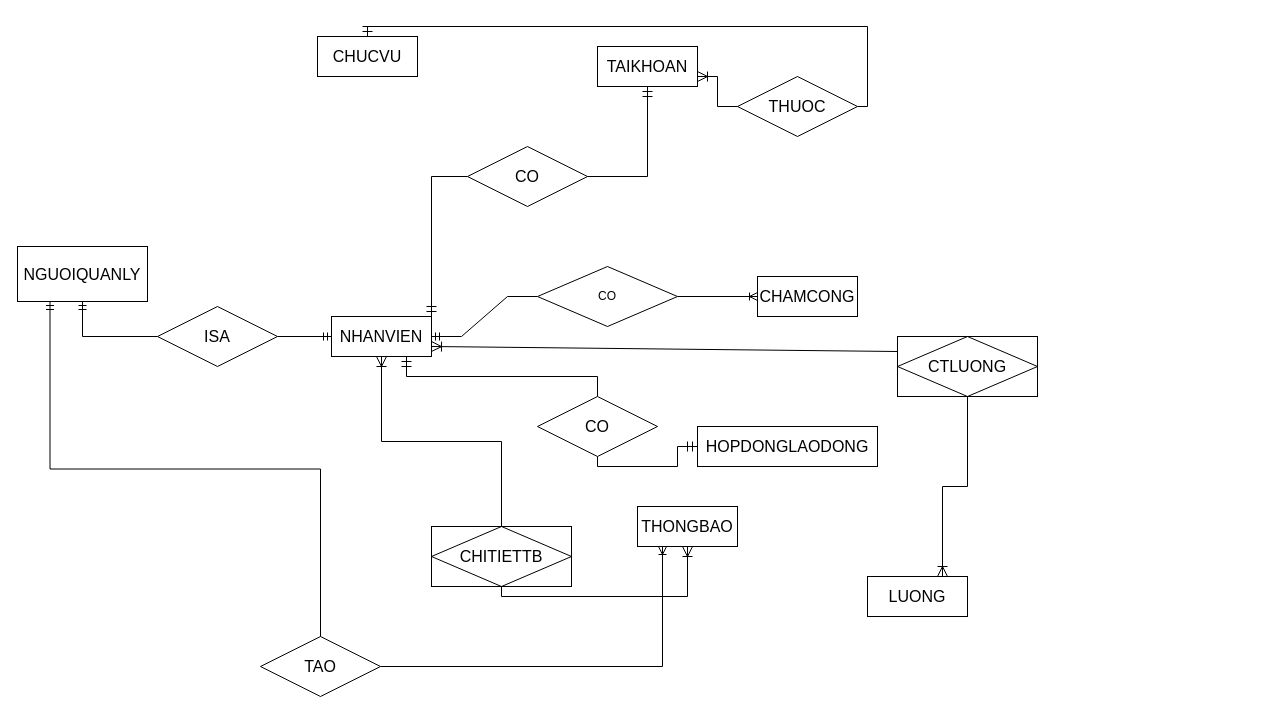
This is page "Trang-3" (3 of 4) of Biểu đồ không có tiêu đề.drawio from VanTruongPTITHCM2002/DoAnJava, a draw.io file, before an edit. Source tidied: cells renumbered, new cells numbered last; positions are measured from the earlier drawing's top-left corner, leaving out a move shared by most shapes. Both pictures are drawn from the tidied source at 100%, with x=0, y=0 at pixel (17, 26).
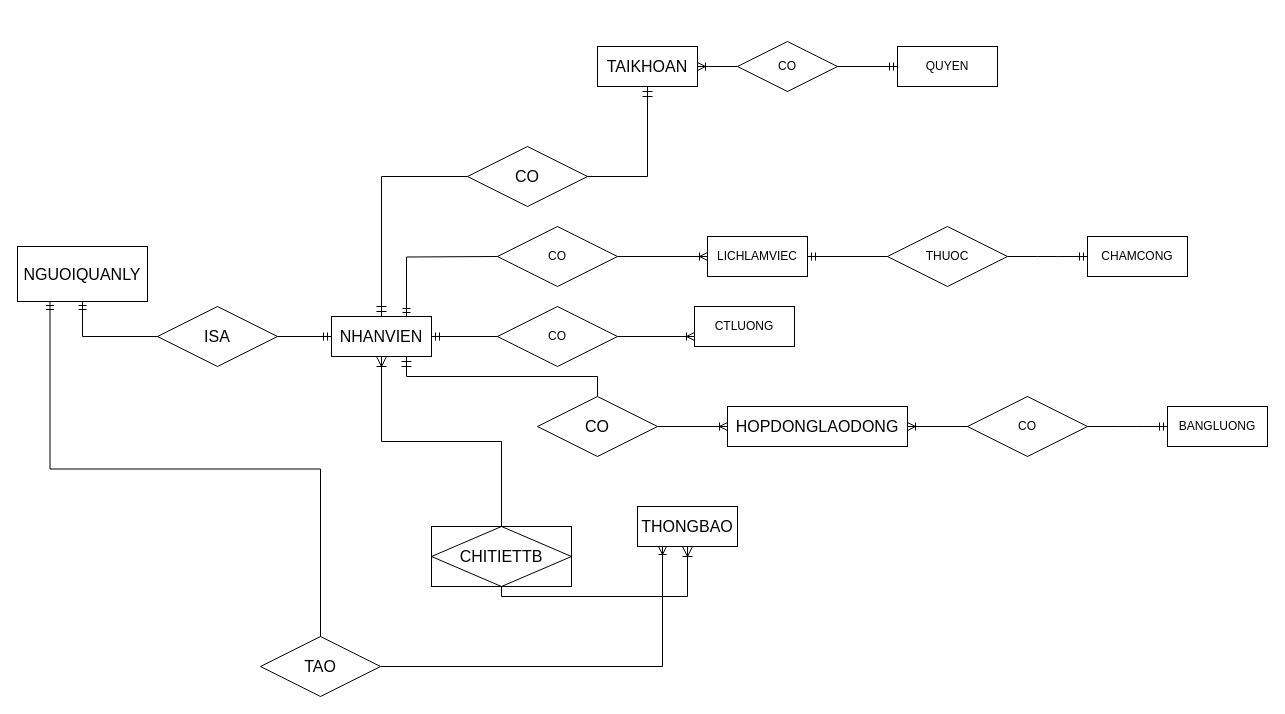
The same page after the edit.

Commit message:
Cập nhật Biểu đồ không có tiêu đề.drawio

Unchanged cells that the change refers to:
```xml
<mxCell id="2" value="NHANVIEN" style="whiteSpace=wrap;html=1;align=center;fontSize=16;" parent="1" vertex="1">
  <mxGeometry x="314" y="290" width="100" height="40" as="geometry" />
</mxCell>
<mxCell id="3" value="TAIKHOAN" style="whiteSpace=wrap;html=1;align=center;fontSize=16;" parent="1" vertex="1">
  <mxGeometry x="580" y="20" width="100" height="40" as="geometry" />
</mxCell>
<mxCell id="9" value="CO" style="shape=rhombus;perimeter=rhombusPerimeter;whiteSpace=wrap;html=1;align=center;fontSize=16;" parent="1" vertex="1">
  <mxGeometry x="450" y="120" width="120" height="60" as="geometry" />
</mxCell>
<mxCell id="23" value="CO" style="shape=rhombus;perimeter=rhombusPerimeter;whiteSpace=wrap;html=1;align=center;fontSize=16;" parent="1" vertex="1">
  <mxGeometry x="520" y="370" width="120" height="60" as="geometry" />
</mxCell>
```

Change to the diagram source:
```diff
@@
     <mxCell id="4" value="HOPDONGLAODONG" style="whiteSpace=wrap;html=1;align=center;fontSize=16;" parent="1" vertex="1">
-      <mxGeometry x="680" y="400" width="180" height="40" as="geometry" />
+      <mxGeometry x="710" y="380" width="180" height="40" as="geometry" />
     </mxCell>
@@
-    <mxCell id="6" value="LUONG" style="whiteSpace=wrap;html=1;align=center;fontSize=16;" parent="1" vertex="1">
-      <mxGeometry x="850" y="550" width="100" height="40" as="geometry" />
-    </mxCell>
-    <mxCell id="7" value="CHUCVU" style="whiteSpace=wrap;html=1;align=center;fontSize=16;" parent="1" vertex="1">
-      <mxGeometry x="300" y="10" width="100" height="40" as="geometry" />
-    </mxCell>
-    <mxCell id="8" value="CHAMCONG" style="whiteSpace=wrap;html=1;align=center;fontSize=16;" parent="1" vertex="1">
-      <mxGeometry x="740" y="250" width="100" height="40" as="geometry" />
-    </mxCell>
@@
-    <mxCell id="10" style="fontSize=12;html=1;endArrow=ERmandOne;rounded=0;startSize=8;endSize=8;exitX=0;exitY=0.5;exitDx=0;exitDy=0;entryX=1;entryY=0;entryDx=0;entryDy=0;edgeStyle=orthogonalEdgeStyle;" parent="1" edge="1" source="9" target="2">
+    <mxCell id="10" style="fontSize=12;html=1;endArrow=ERmandOne;rounded=0;startSize=8;endSize=8;exitX=0;exitY=0.5;exitDx=0;exitDy=0;entryX=0.5;entryY=0;entryDx=0;entryDy=0;edgeStyle=orthogonalEdgeStyle;" parent="1" edge="1" source="9" target="2">
       <mxGeometry relative="1" as="geometry" />
     </mxCell>
@@
-    <mxCell id="14" style="fontSize=12;html=1;endArrow=ERmandOne;rounded=0;startSize=8;endSize=8;exitX=0.5;exitY=1;exitDx=0;exitDy=0;edgeStyle=orthogonalEdgeStyle;" parent="1" edge="1" source="23" target="4">
-      <mxGeometry relative="1" as="geometry" />
-    </mxCell>
@@
-    <mxCell id="17" value="THUOC" style="shape=rhombus;perimeter=rhombusPerimeter;whiteSpace=wrap;html=1;align=center;fontSize=16;" parent="1" vertex="1">
-      <mxGeometry x="720" y="50" width="120" height="60" as="geometry" />
-    </mxCell>
-    <mxCell id="18" style="fontSize=12;html=1;endArrow=ERmandOne;rounded=0;startSize=8;endSize=8;exitX=1;exitY=0.5;exitDx=0;exitDy=0;entryX=0.5;entryY=0;entryDx=0;entryDy=0;edgeStyle=orthogonalEdgeStyle;" parent="1" edge="1" source="17" target="7">
-      <mxGeometry relative="1" as="geometry">
-        <Array as="points">
-          <mxPoint x="850" y="80" />
-          <mxPoint x="850" />
-          <mxPoint x="350" />
-        </Array>
-      </mxGeometry>
-    </mxCell>
-    <mxCell id="19" style="fontSize=12;html=1;endArrow=ERoneToMany;rounded=0;startSize=8;endSize=8;exitX=0;exitY=0.5;exitDx=0;exitDy=0;entryX=1;entryY=0.75;entryDx=0;entryDy=0;edgeStyle=orthogonalEdgeStyle;" parent="1" edge="1" source="17" target="3">
-      <mxGeometry relative="1" as="geometry" />
-    </mxCell>
-    <mxCell id="20" value="CTLUONG" style="shape=associativeEntity;whiteSpace=wrap;html=1;align=center;fontSize=16;" parent="1" vertex="1">
-      <mxGeometry x="880" y="310" width="140" height="60" as="geometry" />
-    </mxCell>
-    <mxCell id="21" style="fontSize=12;html=1;endArrow=ERoneToMany;rounded=0;startSize=8;endSize=8;exitX=0.5;exitY=1;exitDx=0;exitDy=0;entryX=0.75;entryY=0;entryDx=0;entryDy=0;edgeStyle=orthogonalEdgeStyle;" parent="1" edge="1" source="20" target="6">
-      <mxGeometry relative="1" as="geometry" />
-    </mxCell>
-    <mxCell id="22" style="fontSize=12;html=1;endArrow=ERoneToMany;rounded=0;startSize=8;endSize=8;exitX=0;exitY=0.25;exitDx=0;exitDy=0;entryX=1;entryY=0.75;entryDx=0;entryDy=0;" parent="1" edge="1" source="20" target="2">
-      <mxGeometry relative="1" as="geometry" />
-    </mxCell>
@@
-    <mxCell id="26" style="fontSize=12;html=1;endArrow=ERoneToMany;rounded=0;exitX=1;exitY=0.5;exitDx=0;exitDy=0;entryX=0;entryY=0.5;entryDx=0;entryDy=0;" parent="1" edge="1" source="27" target="8">
-      <mxGeometry relative="1" as="geometry" />
-    </mxCell>
-    <mxCell id="27" value="CO" style="shape=rhombus;perimeter=rhombusPerimeter;whiteSpace=wrap;html=1;align=center;" parent="1" vertex="1">
-      <mxGeometry x="520" y="240" width="140" height="60" as="geometry" />
-    </mxCell>
-    <mxCell id="28" style="edgeStyle=entityRelationEdgeStyle;fontSize=12;html=1;endArrow=ERmandOne;rounded=0;exitX=0;exitY=0.5;exitDx=0;exitDy=0;entryX=1;entryY=0.5;entryDx=0;entryDy=0;" parent="1" edge="1" source="27" target="2">
-      <mxGeometry relative="1" as="geometry" />
-    </mxCell>
@@
+    <mxCell id="14" style="fontSize=12;html=1;endArrow=ERoneToMany;rounded=0;exitX=1;exitY=0.5;exitDx=0;exitDy=0;entryX=0;entryY=0.5;entryDx=0;entryDy=0;" parent="1" edge="1" source="23" target="4">
+      <mxGeometry relative="1" as="geometry" />
+    </mxCell>
+    <mxCell id="35" value="QUYEN" style="whiteSpace=wrap;html=1;align=center;" parent="1" vertex="1">
+      <mxGeometry x="880" y="20" width="100" height="40" as="geometry" />
+    </mxCell>
+    <mxCell id="36" value="CO" style="shape=rhombus;perimeter=rhombusPerimeter;whiteSpace=wrap;html=1;align=center;" parent="1" vertex="1">
+      <mxGeometry x="720" y="15" width="100" height="50" as="geometry" />
+    </mxCell>
+    <mxCell id="37" style="fontSize=12;html=1;endArrow=ERmandOne;rounded=0;exitX=1;exitY=0.5;exitDx=0;exitDy=0;entryX=0;entryY=0.5;entryDx=0;entryDy=0;" parent="1" edge="1" source="36" target="35">
+      <mxGeometry relative="1" as="geometry" />
+    </mxCell>
+    <mxCell id="38" style="fontSize=12;html=1;endArrow=ERoneToMany;rounded=0;exitX=0;exitY=0.5;exitDx=0;exitDy=0;entryX=1;entryY=0.5;entryDx=0;entryDy=0;" parent="1" edge="1" source="36" target="3">
+      <mxGeometry relative="1" as="geometry" />
+    </mxCell>
+    <mxCell id="20" value="CTLUONG" style="whiteSpace=wrap;html=1;align=center;" parent="1" vertex="1">
+      <mxGeometry x="677" y="280" width="100" height="40" as="geometry" />
+    </mxCell>
+    <mxCell id="39" value="CO" style="shape=rhombus;perimeter=rhombusPerimeter;whiteSpace=wrap;html=1;align=center;" parent="1" vertex="1">
+      <mxGeometry x="480" y="280" width="120" height="60" as="geometry" />
+    </mxCell>
+    <mxCell id="40" style="fontSize=12;html=1;endArrow=ERmandOne;rounded=0;exitX=0;exitY=0.5;exitDx=0;exitDy=0;entryX=1;entryY=0.5;entryDx=0;entryDy=0;" parent="1" edge="1" source="39" target="2">
+      <mxGeometry relative="1" as="geometry" />
+    </mxCell>
+    <mxCell id="41" style="fontSize=12;html=1;endArrow=ERoneToMany;rounded=0;exitX=1;exitY=0.5;exitDx=0;exitDy=0;entryX=0;entryY=0.75;entryDx=0;entryDy=0;" parent="1" edge="1" source="39" target="20">
+      <mxGeometry relative="1" as="geometry" />
+    </mxCell>
+    <mxCell id="42" value="CO" style="shape=rhombus;perimeter=rhombusPerimeter;whiteSpace=wrap;html=1;align=center;" parent="1" vertex="1">
+      <mxGeometry x="950" y="370" width="120" height="60" as="geometry" />
+    </mxCell>
+    <mxCell id="43" value="BANGLUONG" style="whiteSpace=wrap;html=1;align=center;" parent="1" vertex="1">
+      <mxGeometry x="1150" y="380" width="100" height="40" as="geometry" />
+    </mxCell>
+    <mxCell id="44" style="edgeStyle=entityRelationEdgeStyle;fontSize=12;html=1;endArrow=ERmandOne;rounded=0;entryX=0;entryY=0.5;entryDx=0;entryDy=0;" parent="1" edge="1" target="43">
+      <mxGeometry relative="1" as="geometry">
+        <mxPoint x="1070" y="400" as="sourcePoint" />
+      </mxGeometry>
+    </mxCell>
+    <mxCell id="45" style="fontSize=12;html=1;endArrow=ERoneToMany;rounded=0;entryX=1;entryY=0.5;entryDx=0;entryDy=0;" parent="1" edge="1" target="4">
+      <mxGeometry relative="1" as="geometry">
+        <mxPoint x="950" y="400" as="sourcePoint" />
+      </mxGeometry>
+    </mxCell>
+    <mxCell id="46" value="LICHLAMVIEC" style="whiteSpace=wrap;html=1;align=center;" parent="1" vertex="1">
+      <mxGeometry x="690" y="210" width="100" height="40" as="geometry" />
+    </mxCell>
+    <mxCell id="47" value="CO" style="shape=rhombus;perimeter=rhombusPerimeter;whiteSpace=wrap;html=1;align=center;" parent="1" vertex="1">
+      <mxGeometry x="480" y="200" width="120" height="60" as="geometry" />
+    </mxCell>
+    <mxCell id="48" style="edgeStyle=orthogonalEdgeStyle;fontSize=12;html=1;endArrow=ERmandOne;rounded=0;entryX=0.75;entryY=0;entryDx=0;entryDy=0;" parent="1" edge="1" target="2">
+      <mxGeometry relative="1" as="geometry">
+        <mxPoint x="480" y="230" as="sourcePoint" />
+      </mxGeometry>
+    </mxCell>
+    <mxCell id="49" style="fontSize=12;html=1;endArrow=ERoneToMany;rounded=0;exitX=1;exitY=0.5;exitDx=0;exitDy=0;entryX=0;entryY=0.5;entryDx=0;entryDy=0;" parent="1" edge="1" source="47" target="46">
+      <mxGeometry relative="1" as="geometry" />
+    </mxCell>
+    <mxCell id="17" value="THUOC" style="shape=rhombus;perimeter=rhombusPerimeter;whiteSpace=wrap;html=1;align=center;" parent="1" vertex="1">
+      <mxGeometry x="870" y="200" width="120" height="60" as="geometry" />
+    </mxCell>
+    <mxCell id="8" value="CHAMCONG" style="whiteSpace=wrap;html=1;align=center;" parent="1" vertex="1">
+      <mxGeometry x="1070" y="210" width="100" height="40" as="geometry" />
+    </mxCell>
+    <mxCell id="50" style="fontSize=12;html=1;endArrow=ERmandOne;rounded=0;exitX=0;exitY=0.5;exitDx=0;exitDy=0;entryX=1;entryY=0.5;entryDx=0;entryDy=0;" parent="1" edge="1" source="17" target="46">
+      <mxGeometry relative="1" as="geometry" />
+    </mxCell>
+    <mxCell id="51" style="edgeStyle=entityRelationEdgeStyle;fontSize=12;html=1;endArrow=ERmandOne;rounded=0;entryX=0;entryY=0.5;entryDx=0;entryDy=0;" parent="1" edge="1" target="8">
+      <mxGeometry relative="1" as="geometry">
+        <mxPoint x="990" y="230" as="sourcePoint" />
+      </mxGeometry>
+    </mxCell>
```
